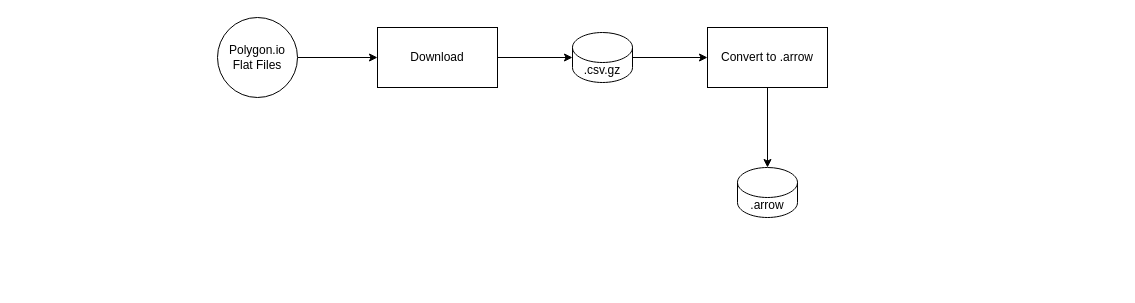
Above: analysis-pipeline.drawio in aenmeyk/diagrams (draw.io), before the change. Source tidied: cells renumbered, new cells numbered last; positions are measured from the earlier drawing's top-left corner, leaving out a move shared by most shapes. Both pictures are drawn from the tidied source at 100%, with x=0, y=0 at pixel (217, 17).
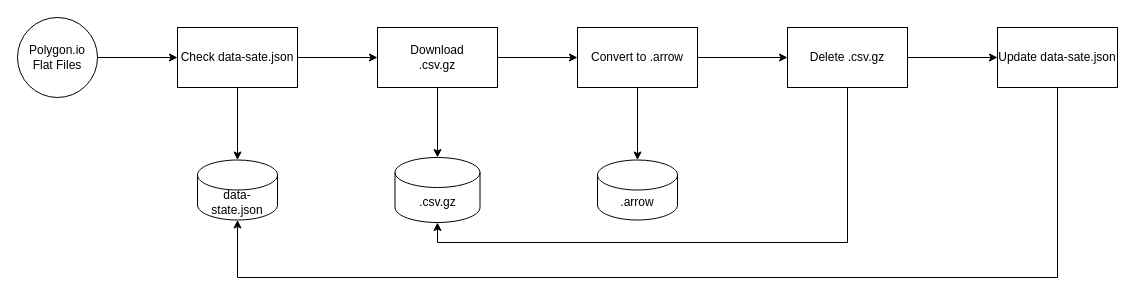
After the change.

What changed in the source:
```diff
@@
+    <mxCell id="11" style="edgeStyle=orthogonalEdgeStyle;rounded=0;jettySize=auto;html=1;" parent="1" edge="1" source="3" target="9">
+      <mxGeometry relative="1" as="geometry" />
+    </mxCell>
-    <mxCell id="3" value="Download" style="rounded=0;whiteSpace=wrap;html=1;" parent="1" vertex="1">
+    <mxCell id="3" value="Download&lt;div&gt;.csv.gz&lt;/div&gt;" style="rounded=0;whiteSpace=wrap;html=1;" parent="1" vertex="1">
       <mxGeometry x="160" y="10" width="120" height="60" as="geometry" />
     </mxCell>
-    <mxCell id="4" style="edgeStyle=orthogonalEdgeStyle;rounded=0;jettySize=auto;html=1;" parent="1" edge="1" source="5" target="3">
-      <mxGeometry relative="1" as="geometry" />
-    </mxCell>
+    <mxCell id="12" style="edgeStyle=orthogonalEdgeStyle;rounded=0;jettySize=auto;html=1;" parent="1" edge="1" source="5" target="22">
+      <mxGeometry relative="1" as="geometry" />
+    </mxCell>
     <mxCell id="5" value="Polygon.io&lt;div&gt;Flat Files&lt;/div&gt;" style="ellipse;whiteSpace=wrap;html=1;" parent="1" vertex="1">
-      <mxGeometry width="80" height="80" as="geometry" />
+      <mxGeometry x="-200" width="80" height="80" as="geometry" />
     </mxCell>
-    <mxCell id="6" style="edgeStyle=orthogonalEdgeStyle;rounded=0;jettySize=auto;html=1;" parent="1" edge="1" source="7" target="9">
-      <mxGeometry relative="1" as="geometry" />
-    </mxCell>
     <mxCell id="7" value=".csv.gz" style="shape=cylinder3;whiteSpace=wrap;html=1;boundedLbl=1;backgroundOutline=1;size=15;" parent="1" vertex="1">
-      <mxGeometry x="355" y="15" width="60" height="50" as="geometry" />
+      <mxGeometry x="177.5" y="140" width="85" height="65" as="geometry" />
     </mxCell>
@@
+    <mxCell id="13" style="edgeStyle=orthogonalEdgeStyle;rounded=0;jettySize=auto;html=1;" parent="1" edge="1" source="9" target="15">
+      <mxGeometry relative="1" as="geometry" />
+    </mxCell>
     <mxCell id="9" value="Convert to .arrow" style="rounded=0;whiteSpace=wrap;html=1;" parent="1" vertex="1">
-      <mxGeometry x="490" y="10" width="120" height="60" as="geometry" />
+      <mxGeometry x="360" y="10" width="120" height="60" as="geometry" />
     </mxCell>
     <mxCell id="10" value=".arrow" style="shape=cylinder3;whiteSpace=wrap;html=1;boundedLbl=1;backgroundOutline=1;size=15;" parent="1" vertex="1">
-      <mxGeometry x="520" y="150" width="60" height="50" as="geometry" />
+      <mxGeometry x="380" y="142.5" width="80" height="60" as="geometry" />
     </mxCell>
+    <mxCell id="14" style="edgeStyle=orthogonalEdgeStyle;rounded=0;jettySize=auto;html=1;" parent="1" edge="1" source="15" target="17">
+      <mxGeometry relative="1" as="geometry" />
+    </mxCell>
+    <mxCell id="15" value="Delete .csv.gz" style="rounded=0;whiteSpace=wrap;html=1;" parent="1" vertex="1">
+      <mxGeometry x="570" y="10" width="120" height="60" as="geometry" />
+    </mxCell>
+    <mxCell id="16" style="edgeStyle=orthogonalEdgeStyle;rounded=0;jettySize=auto;html=1;" parent="1" edge="1" source="17" target="18">
+      <mxGeometry relative="1" as="geometry">
+        <Array as="points">
+          <mxPoint x="840" y="260" />
+          <mxPoint x="20" y="260" />
+        </Array>
+      </mxGeometry>
+    </mxCell>
+    <mxCell id="17" value="Update data-sate.json" style="rounded=0;whiteSpace=wrap;html=1;" parent="1" vertex="1">
+      <mxGeometry x="780" y="10" width="120" height="60" as="geometry" />
+    </mxCell>
+    <mxCell id="18" value="data-state.json" style="shape=cylinder3;whiteSpace=wrap;html=1;boundedLbl=1;backgroundOutline=1;size=15;" parent="1" vertex="1">
+      <mxGeometry x="-20" y="142.5" width="80" height="60" as="geometry" />
+    </mxCell>
+    <mxCell id="19" style="edgeStyle=orthogonalEdgeStyle;rounded=0;jettySize=auto;html=1;entryX=0.5;entryY=1;entryDx=0;entryDy=0;entryPerimeter=0;exitX=0.5;exitY=1;exitDx=0;exitDy=0;" parent="1" edge="1" source="15" target="7">
+      <mxGeometry relative="1" as="geometry">
+        <Array as="points">
+          <mxPoint x="630" y="225" />
+          <mxPoint x="220" y="225" />
+        </Array>
+      </mxGeometry>
+    </mxCell>
+    <mxCell id="20" style="edgeStyle=orthogonalEdgeStyle;rounded=0;jettySize=auto;html=1;" parent="1" edge="1" source="22" target="3">
+      <mxGeometry relative="1" as="geometry" />
+    </mxCell>
+    <mxCell id="21" style="edgeStyle=orthogonalEdgeStyle;rounded=0;jettySize=auto;html=1;" parent="1" edge="1" source="22" target="18">
+      <mxGeometry relative="1" as="geometry" />
+    </mxCell>
+    <mxCell id="22" value="Check data-sate.json" style="rounded=0;whiteSpace=wrap;html=1;" parent="1" vertex="1">
+      <mxGeometry x="-40" y="10" width="120" height="60" as="geometry" />
+    </mxCell>
```
